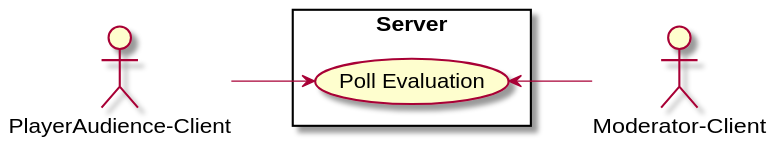
Earlier version of the PlantUML export Docs/Technical Specifications/docs/diagrams/UseCase/Server.svg (Brotenko/QualityQuest).
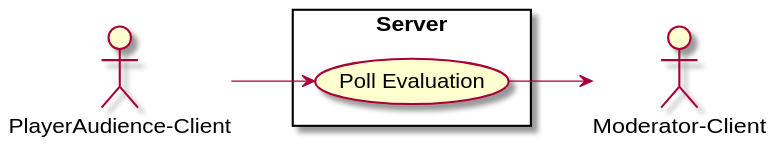
The same file after the commit.

Diff of the diagram source:
```diff
@@ -7,5 +7,5 @@
 }
 
 AUDC --> PE
-MODC -up-> PE
+PE --> MODC
 @enduml
```
